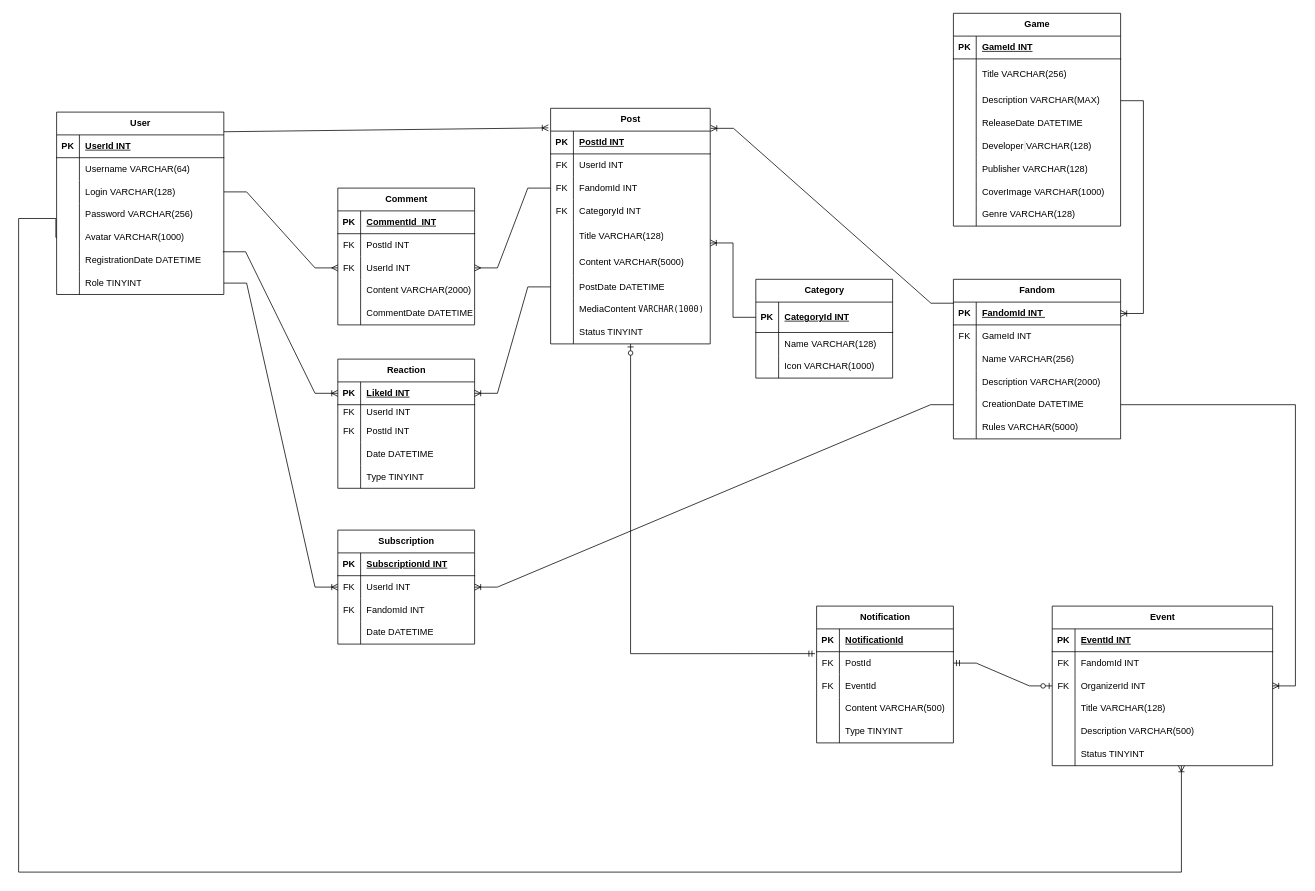
This is FanHubDiagram.drawio from Kaskinji/FanHub, a draw.io file, before an edit. Source tidied: cells renumbered, new cells numbered last; positions are measured from the earlier drawing's top-left corner, leaving out a move shared by most shapes. Both pictures are drawn from the tidied source at 76%, with x=0, y=0 at pixel (18, 13).
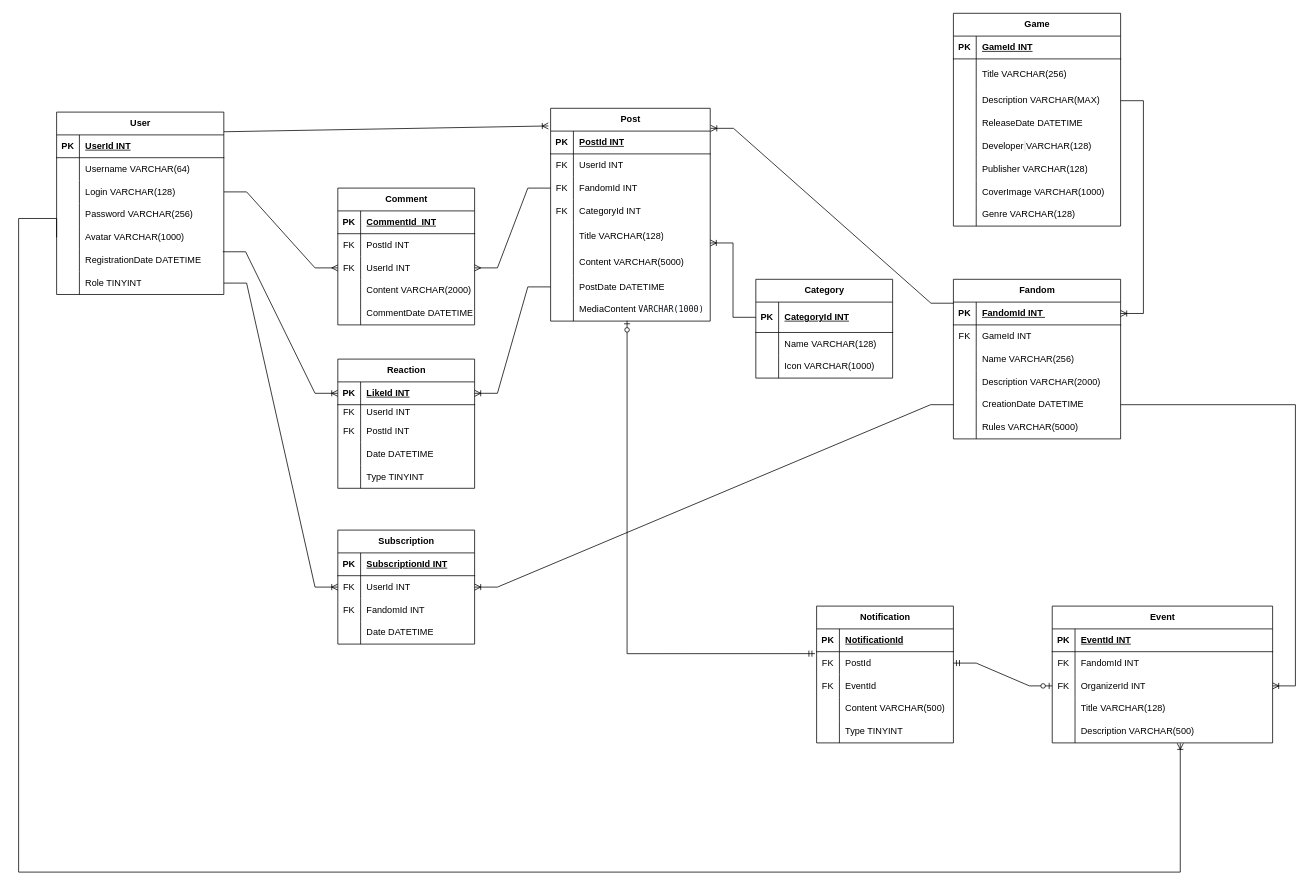
The same page after the edit.

Unchanged cells that the change refers to:
```xml
<mxCell id="15" style="shape=tableRow;horizontal=0;startSize=0;swimlaneHead=0;swimlaneBody=0;fillColor=none;points=[[0,0.5],[1,0.5]];portConstraint=eastwest;top=0;left=0;right=0;bottom=0;" parent="2" vertex="1">
  <mxGeometry y="150" width="220" height="30" as="geometry" />
</mxCell>
<mxCell id="84" style="shape=tableRow;horizontal=0;startSize=0;swimlaneHead=0;swimlaneBody=0;fillColor=none;points=[[0,0.5],[1,0.5]];portConstraint=eastwest;top=0;left=0;right=0;bottom=0;" parent="62" vertex="1">
  <mxGeometry y="250" width="210" height="30" as="geometry" />
</mxCell>
<mxCell id="172" style="shape=tableRow;horizontal=0;startSize=0;swimlaneHead=0;swimlaneBody=0;fillColor=none;points=[[0,0.5],[1,0.5]];portConstraint=eastwest;top=0;left=0;right=0;bottom=0;" parent="159" vertex="1">
  <mxGeometry y="150" width="290" height="30" as="geometry" />
</mxCell>
<mxCell id="186" style="shape=tableRow;horizontal=0;startSize=0;swimlaneHead=0;swimlaneBody=0;fillColor=none;points=[[0,0.5],[1,0.5]];portConstraint=eastwest;top=0;left=0;right=0;bottom=0;" parent="182" vertex="1">
  <mxGeometry y="60" width="180" height="30" as="geometry" />
</mxCell>
```

What changed in the source:
```diff
@@
     <mxCell id="62" value="Post" style="shape=table;startSize=30;childLayout=tableLayout;rowLines=0;fontStyle=1;align=center;html=1;" parent="1" vertex="1">
-      <mxGeometry x="700" y="125" width="210" height="310" as="geometry" />
+      <mxGeometry x="700" y="125" width="210" height="280" as="geometry" />
     </mxCell>
@@
-    <mxCell id="87" style="shape=tableRow;horizontal=0;startSize=0;swimlaneHead=0;swimlaneBody=0;fillColor=none;points=[[0,0.5],[1,0.5]];portConstraint=eastwest;top=0;left=0;right=0;bottom=0;" parent="62" vertex="1">
-      <mxGeometry y="280" width="210" height="30" as="geometry" />
-    </mxCell>
-    <mxCell id="88" style="shape=partialRectangle;fillColor=none;top=0;left=0;bottom=0;right=0;overflow=hidden;whiteSpace=wrap;html=1;" parent="87" vertex="1">
-      <mxGeometry width="30" height="30" as="geometry" />
-    </mxCell>
-    <mxCell id="89" value="&lt;span style=&quot;text-align: center;&quot;&gt;Status TINYINT&lt;/span&gt;" style="shape=partialRectangle;fillColor=none;top=0;left=0;bottom=0;right=0;align=left;spacingLeft=6;overflow=hidden;whiteSpace=wrap;html=1;" parent="87" vertex="1">
-      <mxGeometry x="30" width="180" height="30" as="geometry" />
-    </mxCell>
@@
     <mxCell id="159" value="&lt;span style=&quot;text-wrap-mode: wrap;&quot;&gt;Event&lt;/span&gt;" style="shape=table;startSize=30;childLayout=tableLayout;rowLines=0;fontStyle=1;align=center;html=1;" parent="1" vertex="1">
-      <mxGeometry x="1360" y="780" width="290" height="210" as="geometry" />
+      <mxGeometry x="1360" y="780" width="290" height="180" as="geometry" />
     </mxCell>
@@
-    <mxCell id="175" style="shape=tableRow;horizontal=0;startSize=0;swimlaneHead=0;swimlaneBody=0;fillColor=none;points=[[0,0.5],[1,0.5]];portConstraint=eastwest;top=0;left=0;right=0;bottom=0;" parent="159" vertex="1">
-      <mxGeometry y="180" width="290" height="30" as="geometry" />
-    </mxCell>
-    <mxCell id="176" style="shape=partialRectangle;fillColor=none;top=0;left=0;bottom=0;right=0;overflow=hidden;whiteSpace=wrap;html=1;" parent="175" vertex="1">
-      <mxGeometry width="30" height="30" as="geometry" />
-    </mxCell>
-    <mxCell id="177" value="Status TINYINT" style="shape=partialRectangle;fillColor=none;top=0;left=0;bottom=0;right=0;align=left;spacingLeft=6;overflow=hidden;whiteSpace=wrap;html=1;" parent="175" vertex="1">
-      <mxGeometry x="30" width="260" height="30" as="geometry" />
-    </mxCell>
@@
-    <mxCell id="198" style="edgeStyle=orthogonalEdgeStyle;fontSize=12;html=1;endArrow=ERzeroToOne;startArrow=ERmandOne;rounded=0;exitX=-0.012;exitY=0.085;exitDx=0;exitDy=0;exitPerimeter=0;entryX=0.501;entryY=1;entryDx=0;entryDy=0;entryPerimeter=0;" parent="1" edge="1" source="186" target="87">
+    <mxCell id="198" style="edgeStyle=orthogonalEdgeStyle;fontSize=12;html=1;endArrow=ERzeroToOne;startArrow=ERmandOne;rounded=0;exitX=-0.012;exitY=0.085;exitDx=0;exitDy=0;exitPerimeter=0;entryX=0.479;entryY=0.985;entryDx=0;entryDy=0;entryPerimeter=0;" parent="1" edge="1" source="186" target="84">
       <mxGeometry relative="1" as="geometry" />
     </mxCell>
@@
-    <mxCell id="200" style="edgeStyle=orthogonalEdgeStyle;fontSize=12;html=1;endArrow=ERoneToMany;rounded=0;exitX=0;exitY=0.5;exitDx=0;exitDy=0;" parent="1" edge="1" source="15" target="175">
+    <mxCell id="200" style="edgeStyle=orthogonalEdgeStyle;fontSize=12;html=1;endArrow=ERoneToMany;rounded=0;exitX=0;exitY=0.5;exitDx=0;exitDy=0;entryX=0.581;entryY=1.019;entryDx=0;entryDy=0;entryPerimeter=0;" parent="1" edge="1" source="15" target="172">
       <mxGeometry relative="1" as="geometry">
         <Array as="points">
-          <mxPoint x="49" y="270" />
+          <mxPoint x="50" y="270" />
           <mxPoint y="270" />
           <mxPoint y="1130" />
-          <mxPoint x="1530" y="1130" />
+          <mxPoint x="1528" y="1130" />
         </Array>
       </mxGeometry>
     </mxCell>
```
